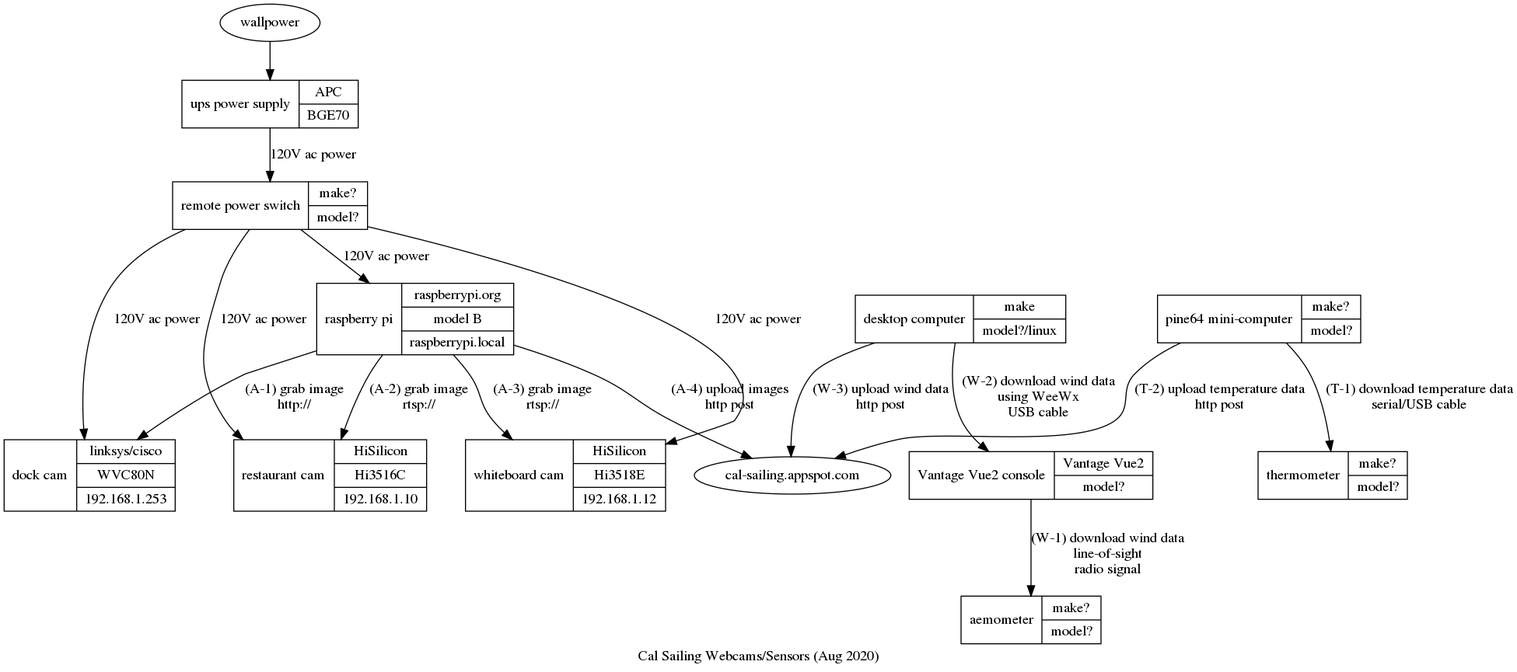
jhpoelen/cal-sailing-cam keeps this Graphviz diagram as cal-sailing-diagram.dot.png. Above is the earlier version. Its source is kept beside it as cal-sailing-diagram.dot.
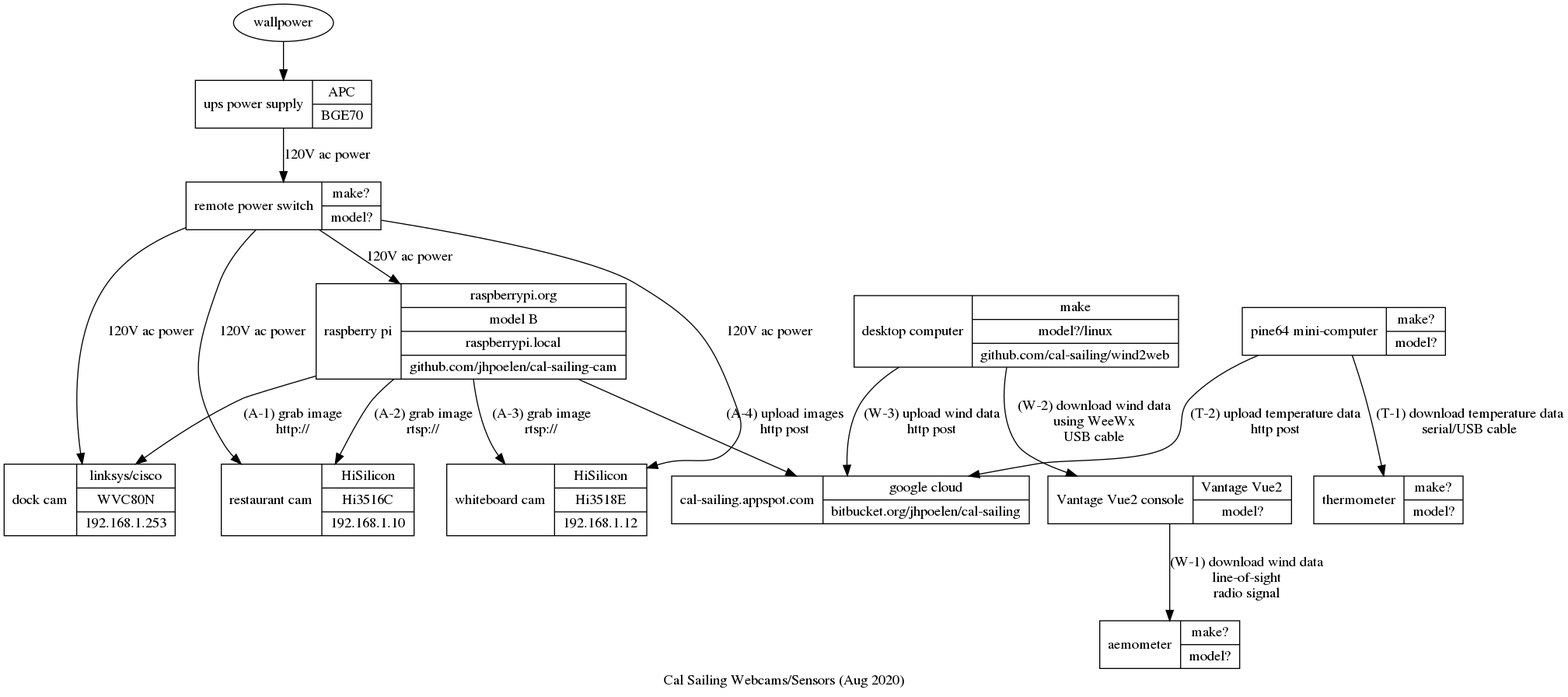
After the commit.

Commit message:
update with wind2web info

The edit, as a diff of the source:
```diff
@@ -1,4 +1,4 @@
-digraph rendle {
+digraph calsailingcam {
     "dock" [
        label = "dock cam | { linksys/cisco | WVC80N | 192.168.1.253 }"
        shape = "record"
@@ -12,7 +12,7 @@
 	 shape = "record"
     ]
     "raspberry" [
-        label = "raspberry pi | { raspberrypi.org | model B | raspberrypi.local }"
+        label = "raspberry pi | { raspberrypi.org | model B | raspberrypi.local | github.com/jhpoelen/cal-sailing-cam }"
         shape = "record"
     ]
     "ups" [
@@ -36,17 +36,22 @@
         shape = "record"
     ]
     "desktop" [
-        label = "desktop computer | { make | model?/linux }"
+        label = "desktop computer | { make | model?/linux | github.com/cal-sailing/wind2web }"
         shape = "record"
     ]
     "pine64" [
         label = "pine64 mini-computer | { make? | model? }"
         shape = "record"
     ]
+    "server" [
+        label = "cal-sailing.appspot.com | { google cloud | bitbucket.org/jhpoelen/cal-sailing }"
+        shape = "record"
+    ]
+
     "raspberry"->"dock"[label="(A-1) grab image\nhttp://"]
     "raspberry"->"restaurant"[label="(A-2) grab image\nrtsp://"]
     "raspberry"->"whiteboard"[label="(A-3) grab image\nrtsp://"]
-    "raspberry"->"cal-sailing.appspot.com"[label="(A-4) upload images\nhttp post"]
+    "raspberry"->"server"[label="(A-4) upload images\nhttp post"]
     "wallpower" -> "ups"
 
     "ups"->"powerswitch"[label="120V ac power"]
@@ -57,10 +62,10 @@
 
     "weatherstation"->"anemometer"[label="(W-1) download wind data\nline-of-sight\nradio signal"]
     "desktop"->"weatherstation"[label="(W-2) download wind data\nusing WeeWx\nUSB cable"]
-    "desktop"->"cal-sailing.appspot.com"[label="(W-3) upload wind data\nhttp post"]
+    "desktop"->"server"[label="(W-3) upload wind data\nhttp post"]
 
     "pine64"->"thermometer"[label="(T-1) download temperature data\nserial/USB cable"]
-    "pine64"->"cal-sailing.appspot.com"[label="(T-2) upload temperature data\nhttp post"]
+    "pine64"->"server"[label="(T-2) upload temperature data\nhttp post"]
 
     label="Cal Sailing Webcams/Sensors (Aug 2020)"
 }
```
